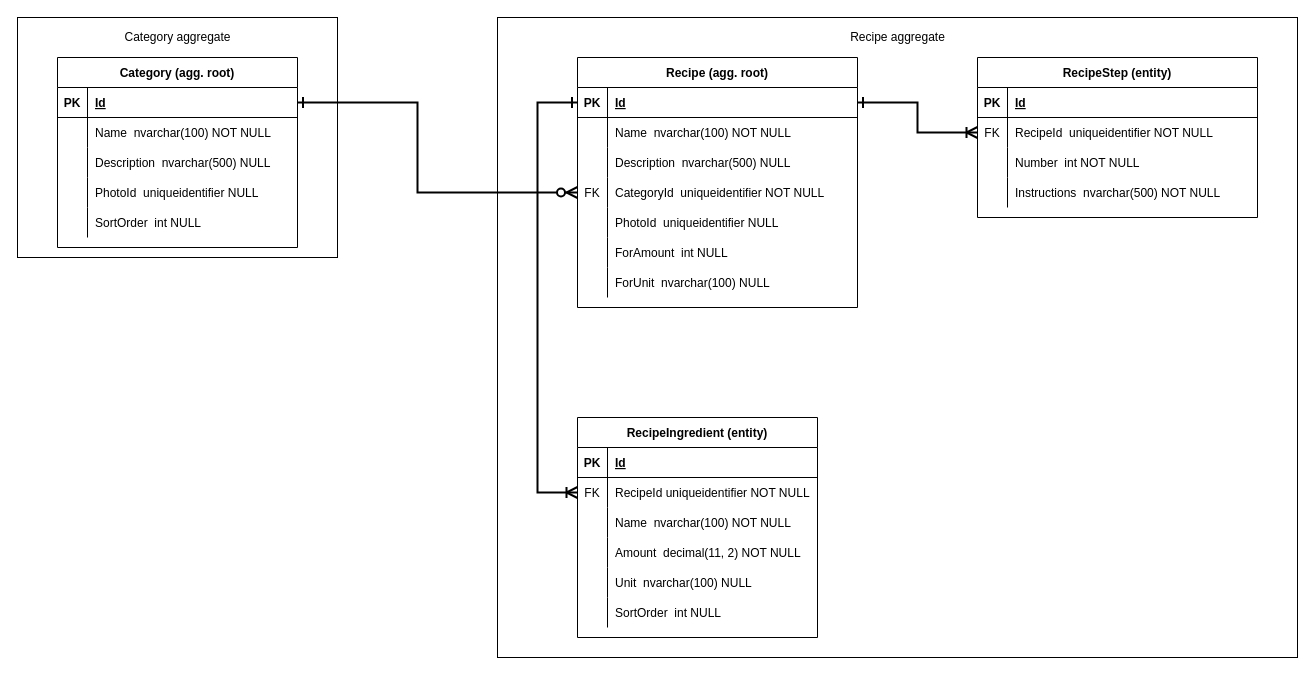
The draw.io diagram documentation/Recipes ERD.drawio in steffbeckers/recipes, before the edit. Source tidied: cells renumbered, new cells numbered last; positions are measured from the earlier drawing's top-left corner, leaving out a move shared by most shapes. Both pictures are drawn from the tidied source at 100%, with x=0, y=0 at pixel (17, 17).
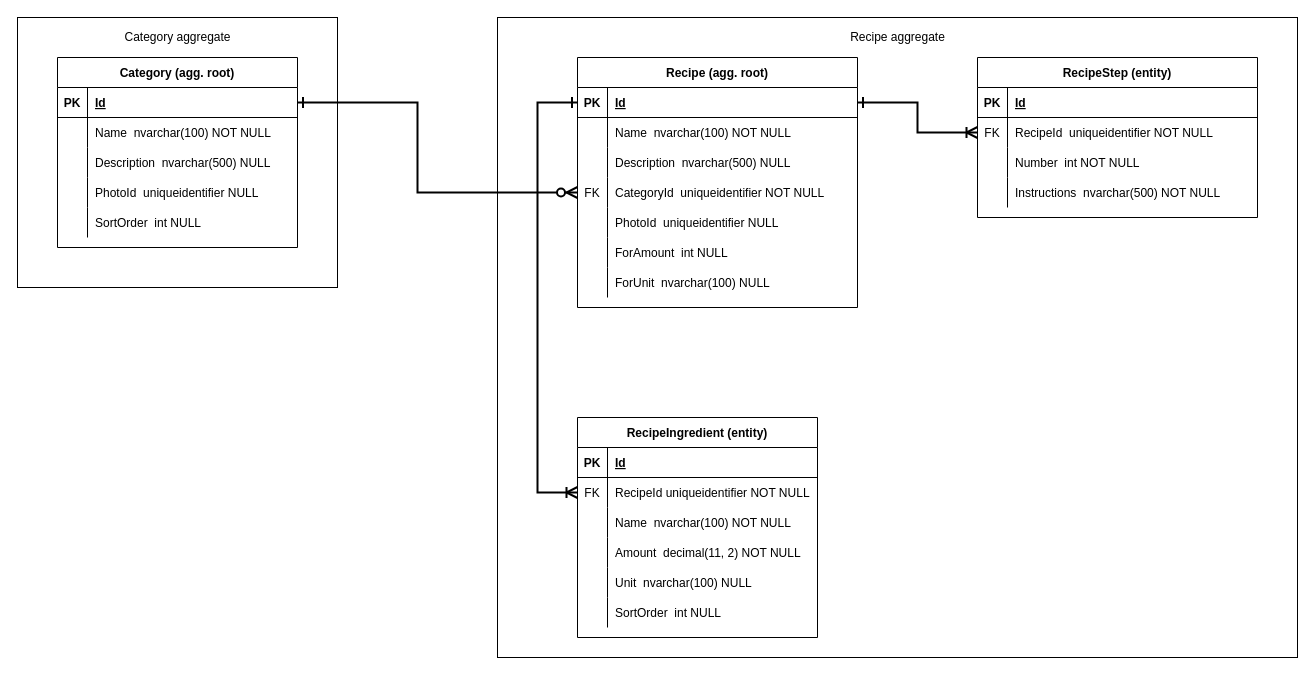
The same page after the edit.

Diff of the diagram source:
```diff
@@
-    <mxCell id="2" style="rounded=0;whiteSpace=wrap;html=1;" parent="1" vertex="1">
-      <mxGeometry width="320" height="240" as="geometry" />
+    <mxCell id="2" value="&amp;nbsp;" style="rounded=0;whiteSpace=wrap;html=1;" parent="1" vertex="1">
+      <mxGeometry width="320" height="270" as="geometry" />
     </mxCell>
```
